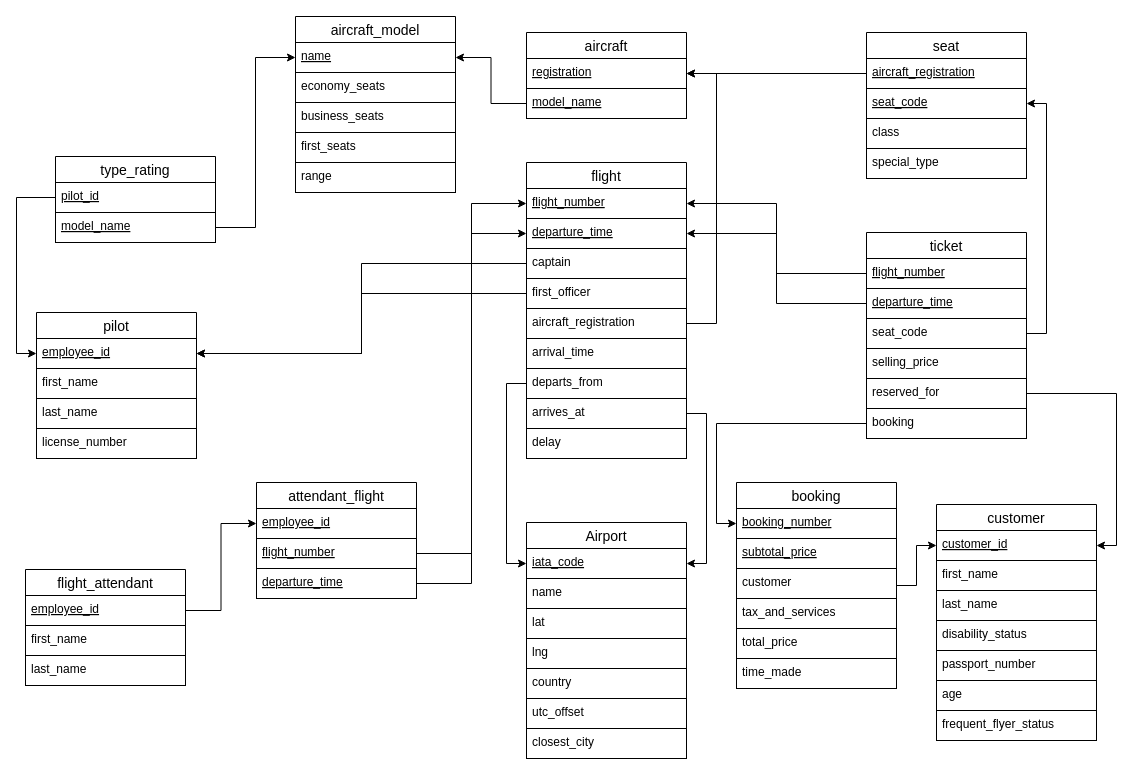
Before: Airline system relational database schema.drawio in lyulka/comp3278, a draw.io diagram. Source tidied: cells renumbered, new cells numbered last; positions are measured from the earlier drawing's top-left corner, leaving out a move shared by most shapes. Both pictures are drawn from the tidied source at 100%, with x=0, y=0 at pixel (25, 16).
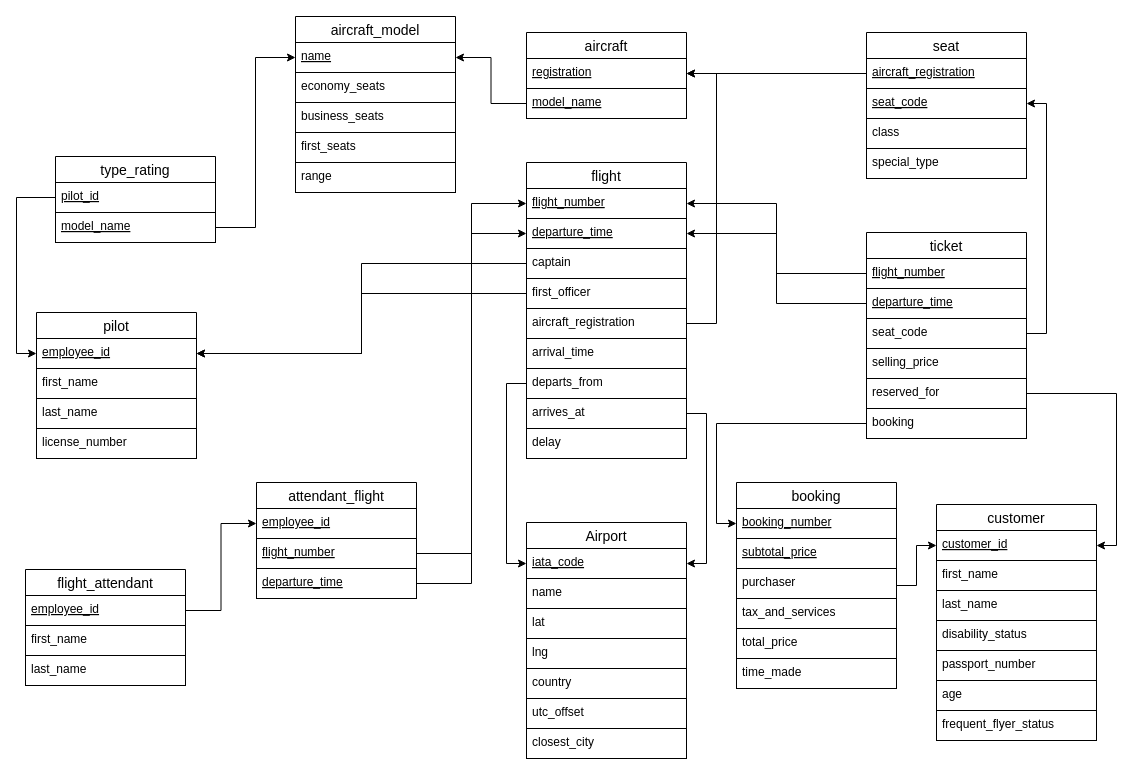
Above is the later version.

The change refers to these unchanged cells:
```xml
<mxCell id="82" value="booking" style="swimlane;fontStyle=0;horizontal=1;startSize=26;align=center;fontSize=14;" parent="1" vertex="1">
  <mxGeometry x="711" y="466" width="160" height="206" as="geometry" />
</mxCell>
```

Change to the diagram source:
```diff
@@
-    <mxCell id="85" value="customer" style="text;fillColor=none;spacingLeft=4;spacingRight=4;overflow=hidden;fontSize=12;strokeColor=#000000;fontStyle=0;" parent="82" vertex="1">
+    <mxCell id="85" value="purchaser" style="text;fillColor=none;spacingLeft=4;spacingRight=4;overflow=hidden;fontSize=12;strokeColor=#000000;fontStyle=0;" parent="82" vertex="1">
       <mxGeometry y="86" width="160" height="30" as="geometry" />
     </mxCell>
```
